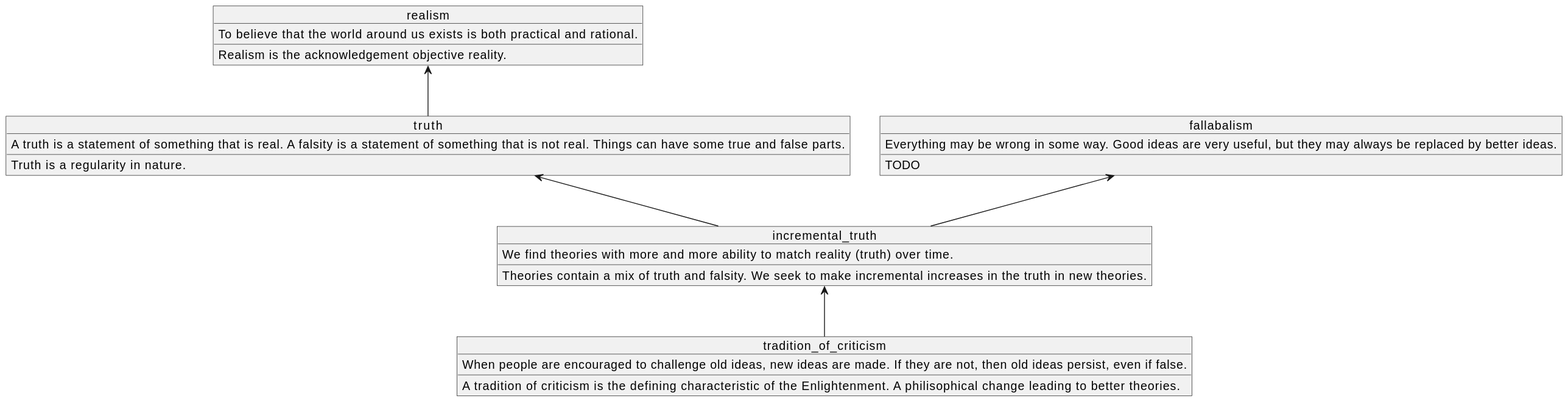
Before: docs/assets/images_quick_boi/bolq_diagram_tradition_of_criticism/bolq_diagram_tradition_of_criticism.svg, a diagram exported from PlantUML (ceramic-sf/ceramic-sf.github.io).
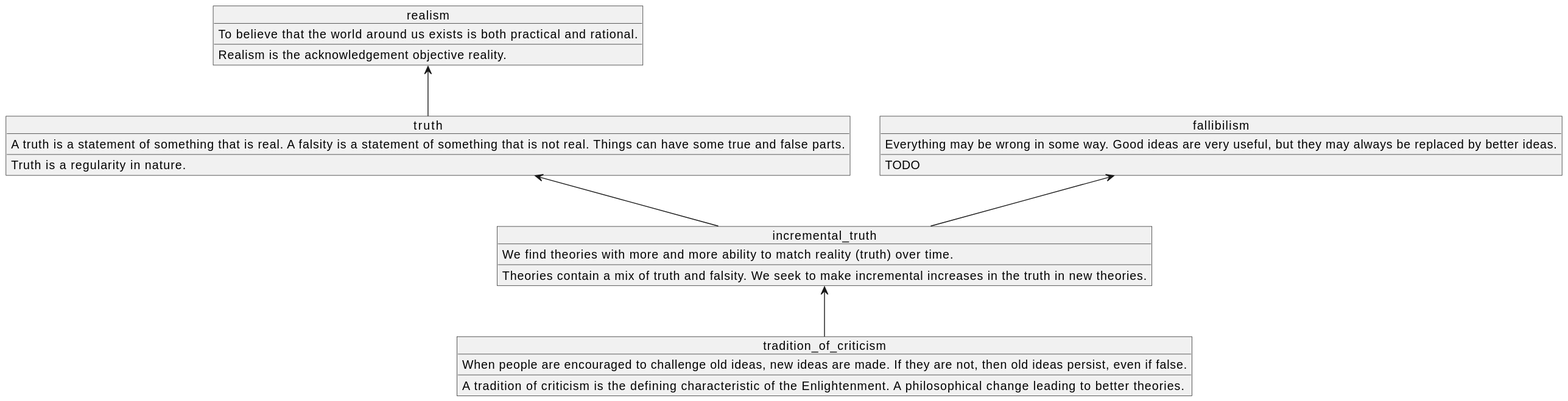
The same diagram one commit later.

Diff of the diagram source:
```diff
@@ -3,7 +3,7 @@
 object tradition_of_criticism {
 When people are encouraged to challenge old ideas, new ideas are made. If they are not, then old ideas persist, even if false.
 ____
-A tradition of criticism is the defining characteristic of the Enlightenment. A philisophical change leading to better theories.
+A tradition of criticism is the defining characteristic of the Enlightenment. A philosophical change leading to better theories.
 }
 incremental_truth <-- tradition_of_criticism
 
@@ -13,7 +13,7 @@
 Theories contain a mix of truth and falsity. We seek to make incremental increases in the truth in new theories.
 }
 truth <-- incremental_truth
-fallabalism <-- incremental_truth
+fallibilism <-- incremental_truth
 
 object truth {
 A truth is a statement of something that is real. A falsity is a statement of something that is not real. Things can have some true and false parts.
@@ -22,7 +22,7 @@
 }
 realism <-- truth
 
-object fallabalism {
+object fallibilism {
 Everything may be wrong in some way. Good ideas are very useful, but they may always be replaced by better ideas.
 ____
 TODO
```
